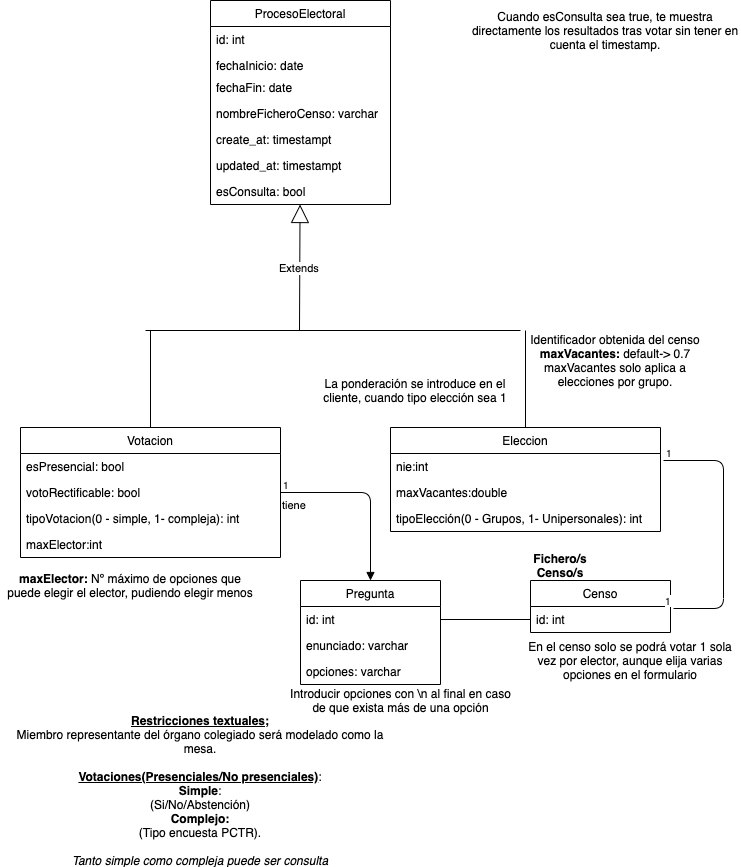
SalkerAG/Votaciones-Pinf-20 keeps this draw.io diagram as Análisis/diagramabd_votaciones.png. Above is the earlier version. Source tidied: cells renumbered, new cells last; positions are measured from the earlier drawing's top-left corner, leaving out a move shared by most shapes.
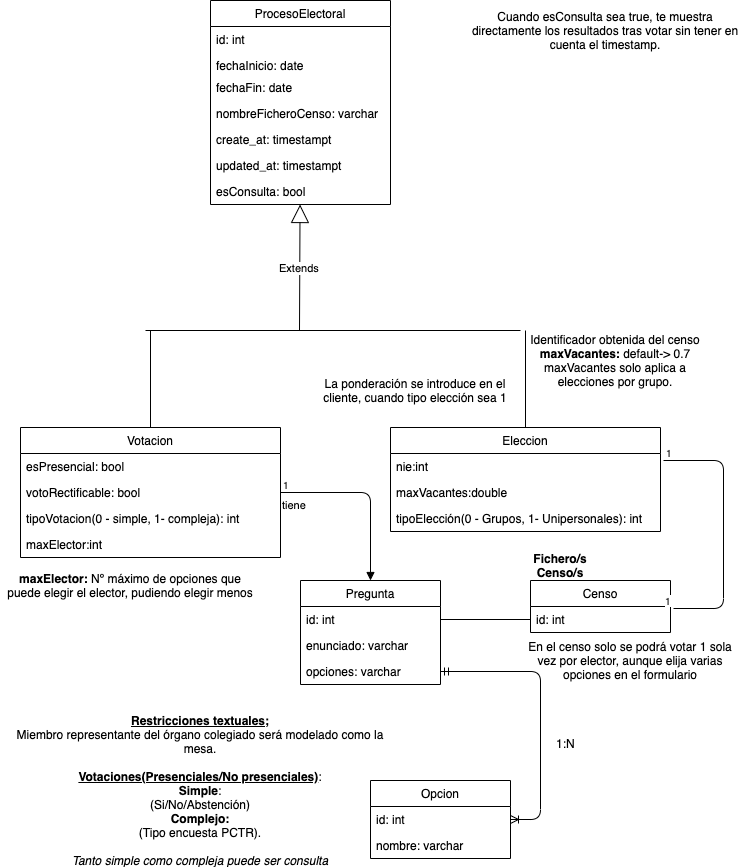
Above is the later version.

Diff of the diagram source:
```diff
@@ -110,9 +110,6 @@
     <mxCell id="34" value="En el censo solo se podrá votar 1 sola vez por elector, aunque elija varias&lt;br&gt;opciones en el formulario" style="text;html=1;strokeColor=none;fillColor=none;align=center;verticalAlign=middle;whiteSpace=wrap;rounded=0;" parent="1" vertex="1">
       <mxGeometry x="520" y="650" width="220" height="20" as="geometry" />
     </mxCell>
-    <mxCell id="35" value="Introducir opciones con \n al final en caso&lt;br&gt;de que exista más de una opción" style="text;html=1;strokeColor=none;fillColor=none;align=center;verticalAlign=middle;whiteSpace=wrap;rounded=0;" parent="1" vertex="1">
-      <mxGeometry x="251.5" y="690" width="297" height="20" as="geometry" />
-    </mxCell>
     <mxCell id="36" value="&lt;b&gt;maxElector:&lt;/b&gt; Nº máximo de opciones que puede elegir el elector, pudiendo elegir menos" style="text;html=1;strokeColor=none;fillColor=none;align=center;verticalAlign=middle;whiteSpace=wrap;rounded=0;" parent="1" vertex="1">
       <mxGeometry y="575" width="260" height="20" as="geometry" />
     </mxCell>
@@ -141,5 +138,20 @@
     <mxCell id="42" value="Cuando esConsulta sea true, te muestra directamente los resultados tras votar sin tener en cuenta el timestamp." style="text;html=1;strokeColor=none;fillColor=none;align=center;verticalAlign=middle;whiteSpace=wrap;rounded=0;" parent="1" vertex="1">
       <mxGeometry x="470" y="20" width="270" height="20" as="geometry" />
     </mxCell>
+    <mxCell id="43" value="Opcion" style="swimlane;fontStyle=0;horizontal=1;startSize=26;fillColor=none;" parent="1" vertex="1">
+      <mxGeometry x="370" y="780" width="140" height="78" as="geometry" />
+    </mxCell>
+    <mxCell id="44" value="id: int" style="text;strokeColor=none;fillColor=none;align=left;verticalAlign=top;spacingLeft=4;spacingRight=4;overflow=hidden;" parent="43" vertex="1">
+      <mxGeometry y="26" width="140" height="26" as="geometry" />
+    </mxCell>
+    <mxCell id="45" value="nombre: varchar" style="text;strokeColor=none;fillColor=none;align=left;verticalAlign=top;spacingLeft=4;spacingRight=4;overflow=hidden;" parent="43" vertex="1">
+      <mxGeometry y="52" width="140" height="26" as="geometry" />
+    </mxCell>
+    <mxCell id="46" style="edgeStyle=entityRelationEdgeStyle;fontSize=12;html=1;endArrow=ERoneToMany;startArrow=ERmandOne;exitX=1;exitY=0.5;exitDx=0;exitDy=0;" parent="1" edge="1" source="26" target="43">
+      <mxGeometry relative="1" as="geometry" />
+    </mxCell>
+    <mxCell id="47" value="1:N" style="text;strokeColor=none;fillColor=none;spacingLeft=4;spacingRight=4;overflow=hidden;fontSize=12;" parent="1" vertex="1">
+      <mxGeometry x="550" y="730" width="40" height="26" as="geometry" />
+    </mxCell>
   </root>
 </mxGraphModel>
```
